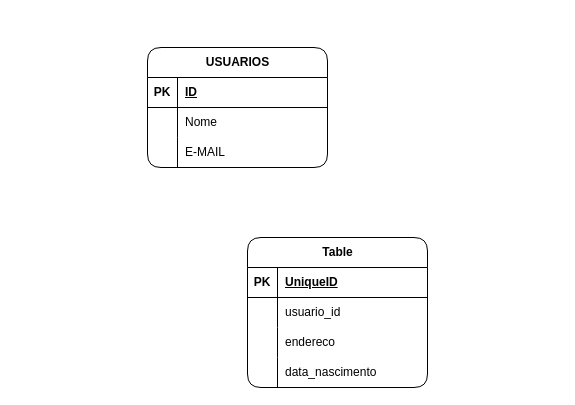
Before: page "Página-2" (2 of 2) of Modelagens 01.drawio in FeliCaldas/BDASOS, a draw.io diagram. Source tidied: cells renumbered, new cells numbered last; positions are measured from the earlier drawing's top-left corner, leaving out a move shared by most shapes. Both pictures are drawn from the tidied source at 100%, with x=0, y=0 at pixel (147, 47).
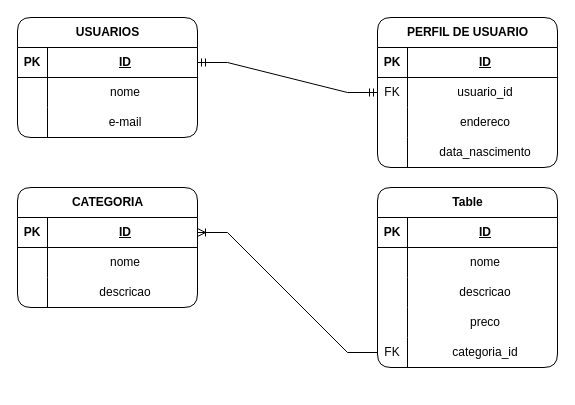
The same diagram, later.

Unchanged cells that the change refers to:
```xml
<mxCell id="3" style="shape=tableRow;horizontal=0;startSize=0;swimlaneHead=0;swimlaneBody=0;fillColor=none;points=[[0,0.5],[1,0.5]];portConstraint=eastwest;top=0;left=0;right=0;bottom=1;rounded=1;" parent="2" vertex="1">
  <mxGeometry y="30" width="180" height="30" as="geometry" />
</mxCell>
<mxCell id="6" style="shape=tableRow;horizontal=0;startSize=0;swimlaneHead=0;swimlaneBody=0;fillColor=none;top=0;left=0;right=0;bottom=0;rounded=1;" parent="2" vertex="1">
  <mxGeometry y="60" width="180" height="30" as="geometry" />
</mxCell>
<mxCell id="9" style="shape=tableRow;horizontal=0;startSize=0;swimlaneHead=0;swimlaneBody=0;fillColor=none;top=0;left=0;right=0;bottom=0;rounded=1;" parent="2" vertex="1">
  <mxGeometry y="90" width="180" height="30" as="geometry" />
</mxCell>
<mxCell id="13" style="shape=tableRow;horizontal=0;startSize=0;swimlaneHead=0;swimlaneBody=0;fillColor=none;top=0;left=0;right=0;bottom=1;rounded=1;" parent="12" vertex="1">
  <mxGeometry y="30" width="180" height="30" as="geometry" />
</mxCell>
<mxCell id="16" style="shape=tableRow;horizontal=0;startSize=0;swimlaneHead=0;swimlaneBody=0;fillColor=none;points=[[0,0.5],[1,0.5]];portConstraint=eastwest;top=0;left=0;right=0;bottom=0;rounded=1;" parent="12" vertex="1">
  <mxGeometry y="60" width="180" height="30" as="geometry" />
</mxCell>
<mxCell id="19" style="shape=tableRow;horizontal=0;startSize=0;swimlaneHead=0;swimlaneBody=0;fillColor=none;top=0;left=0;right=0;bottom=0;rounded=1;" parent="12" vertex="1">
  <mxGeometry y="90" width="180" height="30" as="geometry" />
</mxCell>
<mxCell id="22" style="shape=tableRow;horizontal=0;startSize=0;swimlaneHead=0;swimlaneBody=0;fillColor=none;top=0;left=0;right=0;bottom=0;rounded=1;" parent="12" vertex="1">
  <mxGeometry y="120" width="180" height="30" as="geometry" />
</mxCell>
```

The edit, as a diff of the source:
```diff
@@
     <mxCell id="2" value="USUARIOS" style="shape=table;startSize=30;childLayout=tableLayout;rowLines=0;fontStyle=1;align=center;html=1;rounded=1;" parent="1" vertex="1">
-      <mxGeometry width="180" height="120" as="geometry" />
+      <mxGeometry x="-130" y="-30" width="180" height="120" as="geometry" />
     </mxCell>
@@
-    <mxCell id="5" value="ID" style="shape=partialRectangle;fillColor=none;top=0;left=0;bottom=0;right=0;align=left;spacingLeft=6;fontStyle=5;overflow=hidden;whiteSpace=wrap;html=1;rounded=1;" parent="3" vertex="1">
+    <mxCell id="5" value="ID" style="shape=partialRectangle;fillColor=none;top=0;left=0;bottom=0;right=0;align=center;spacingLeft=6;fontStyle=5;overflow=hidden;whiteSpace=wrap;html=1;rounded=1;" parent="3" vertex="1">
       <mxGeometry x="30" width="150" height="30" as="geometry" />
     </mxCell>
@@
-    <mxCell id="8" value="Nome" style="shape=partialRectangle;fillColor=none;top=0;left=0;bottom=0;right=0;align=left;spacingLeft=6;overflow=hidden;whiteSpace=wrap;html=1;rounded=1;" parent="6" vertex="1">
+    <mxCell id="8" value="nome" style="shape=partialRectangle;fillColor=none;top=0;left=0;bottom=0;right=0;align=center;spacingLeft=6;overflow=hidden;whiteSpace=wrap;html=1;rounded=1;" parent="6" vertex="1">
       <mxGeometry x="30" width="150" height="30" as="geometry" />
     </mxCell>
@@
-    <mxCell id="11" value="E-MAIL" style="shape=partialRectangle;fillColor=none;top=0;left=0;bottom=0;right=0;align=left;spacingLeft=6;overflow=hidden;whiteSpace=wrap;html=1;rounded=1;" parent="9" vertex="1">
+    <mxCell id="11" value="e-mail" style="shape=partialRectangle;fillColor=none;top=0;left=0;bottom=0;right=0;align=center;spacingLeft=6;overflow=hidden;whiteSpace=wrap;html=1;rounded=1;" parent="9" vertex="1">
       <mxGeometry x="30" width="150" height="30" as="geometry" />
     </mxCell>
-    <mxCell id="12" value="Table" style="shape=table;startSize=30;childLayout=tableLayout;rowLines=0;fontStyle=1;align=center;html=1;rounded=1;" parent="1" vertex="1">
-      <mxGeometry x="100" y="190" width="180" height="150" as="geometry" />
+    <mxCell id="12" value="PERFIL DE USUARIO" style="shape=table;startSize=30;childLayout=tableLayout;rowLines=0;fontStyle=1;align=center;html=1;rounded=1;" parent="1" vertex="1">
+      <mxGeometry x="230" y="-30" width="180" height="150" as="geometry" />
     </mxCell>
@@
-    <mxCell id="15" value="UniqueID" style="shape=partialRectangle;fillColor=none;top=0;left=0;bottom=0;right=0;align=left;spacingLeft=6;fontStyle=5;overflow=hidden;whiteSpace=wrap;html=1;rounded=1;" parent="13" vertex="1">
+    <mxCell id="15" value="ID" style="shape=partialRectangle;fillColor=none;top=0;left=0;bottom=0;right=0;align=center;spacingLeft=6;fontStyle=5;overflow=hidden;whiteSpace=wrap;html=1;rounded=1;" parent="13" vertex="1">
       <mxGeometry x="30" width="150" height="30" as="geometry" />
     </mxCell>
@@
-    <mxCell id="17" style="shape=partialRectangle;fillColor=none;top=0;left=0;bottom=0;right=0;overflow=hidden;whiteSpace=wrap;html=1;rounded=1;" parent="16" vertex="1">
+    <mxCell id="17" value="FK" style="shape=partialRectangle;fillColor=none;top=0;left=0;bottom=0;right=0;overflow=hidden;whiteSpace=wrap;html=1;rounded=1;" parent="16" vertex="1">
       <mxGeometry width="30" height="30" as="geometry" />
     </mxCell>
-    <mxCell id="18" value="usuario_id" style="shape=partialRectangle;fillColor=none;top=0;left=0;bottom=0;right=0;align=left;spacingLeft=6;overflow=hidden;whiteSpace=wrap;html=1;rounded=1;" parent="16" vertex="1">
+    <mxCell id="18" value="usuario_id" style="shape=partialRectangle;fillColor=none;top=0;left=0;bottom=0;right=0;align=center;spacingLeft=6;overflow=hidden;whiteSpace=wrap;html=1;rounded=1;" parent="16" vertex="1">
       <mxGeometry x="30" width="150" height="30" as="geometry" />
     </mxCell>
@@
-    <mxCell id="21" value="endereco" style="shape=partialRectangle;fillColor=none;top=0;left=0;bottom=0;right=0;align=left;spacingLeft=6;overflow=hidden;whiteSpace=wrap;html=1;rounded=1;" parent="19" vertex="1">
+    <mxCell id="21" value="endereco" style="shape=partialRectangle;fillColor=none;top=0;left=0;bottom=0;right=0;align=center;spacingLeft=6;overflow=hidden;whiteSpace=wrap;html=1;rounded=1;" parent="19" vertex="1">
       <mxGeometry x="30" width="150" height="30" as="geometry" />
     </mxCell>
@@
-    <mxCell id="24" value="data_nascimento" style="shape=partialRectangle;fillColor=none;top=0;left=0;bottom=0;right=0;align=left;spacingLeft=6;overflow=hidden;whiteSpace=wrap;html=1;rounded=1;" parent="22" vertex="1">
+    <mxCell id="24" value="data_nascimento" style="shape=partialRectangle;fillColor=none;top=0;left=0;bottom=0;right=0;align=center;spacingLeft=6;overflow=hidden;whiteSpace=wrap;html=1;rounded=1;" parent="22" vertex="1">
       <mxGeometry x="30" width="150" height="30" as="geometry" />
     </mxCell>
+    <mxCell id="25" style="edgeStyle=entityRelationEdgeStyle;fontSize=12;html=1;endArrow=ERmandOne;startArrow=ERmandOne;rounded=0;exitX=1;exitY=0.5;exitDx=0;exitDy=0;entryX=0;entryY=0.5;entryDx=0;entryDy=0;" parent="1" edge="1" source="3" target="16">
+      <mxGeometry relative="1" as="geometry" />
+    </mxCell>
+    <mxCell id="26" value="CATEGORIA" style="shape=table;startSize=30;childLayout=tableLayout;rowLines=0;fontStyle=1;align=center;html=1;rounded=1;" parent="1" vertex="1">
+      <mxGeometry x="-130" y="140" width="180" height="120" as="geometry" />
+    </mxCell>
+    <mxCell id="27" style="shape=tableRow;horizontal=0;startSize=0;swimlaneHead=0;swimlaneBody=0;fillColor=none;points=[[0,0.5],[1,0.5]];portConstraint=eastwest;top=0;left=0;right=0;bottom=1;" parent="26" vertex="1">
+      <mxGeometry y="30" width="180" height="30" as="geometry" />
+    </mxCell>
+    <mxCell id="28" value="PK" style="shape=partialRectangle;fillColor=none;top=0;left=0;bottom=0;right=0;fontStyle=1;overflow=hidden;whiteSpace=wrap;html=1;" parent="27" vertex="1">
+      <mxGeometry width="30" height="30" as="geometry" />
+    </mxCell>
+    <mxCell id="29" value="ID" style="shape=partialRectangle;fillColor=none;top=0;left=0;bottom=0;right=0;align=center;spacingLeft=6;fontStyle=5;overflow=hidden;whiteSpace=wrap;html=1;" parent="27" vertex="1">
+      <mxGeometry x="30" width="150" height="30" as="geometry" />
+    </mxCell>
+    <mxCell id="30" style="shape=tableRow;horizontal=0;startSize=0;swimlaneHead=0;swimlaneBody=0;fillColor=none;top=0;left=0;right=0;bottom=0;align=center;" parent="26" vertex="1">
+      <mxGeometry y="60" width="180" height="30" as="geometry" />
+    </mxCell>
+    <mxCell id="31" style="shape=partialRectangle;fillColor=none;top=0;left=0;bottom=0;right=0;overflow=hidden;whiteSpace=wrap;html=1;" parent="30" vertex="1">
+      <mxGeometry width="30" height="30" as="geometry" />
+    </mxCell>
+    <mxCell id="32" value="nome" style="shape=partialRectangle;fillColor=none;top=0;left=0;bottom=0;right=0;align=center;spacingLeft=6;overflow=hidden;whiteSpace=wrap;html=1;" parent="30" vertex="1">
+      <mxGeometry x="30" width="150" height="30" as="geometry" />
+    </mxCell>
+    <mxCell id="33" style="shape=tableRow;horizontal=0;startSize=0;swimlaneHead=0;swimlaneBody=0;fillColor=none;top=0;left=0;right=0;bottom=0;" parent="26" vertex="1">
+      <mxGeometry y="90" width="180" height="30" as="geometry" />
+    </mxCell>
+    <mxCell id="34" style="shape=partialRectangle;fillColor=none;top=0;left=0;bottom=0;right=0;overflow=hidden;whiteSpace=wrap;html=1;" parent="33" vertex="1">
+      <mxGeometry width="30" height="30" as="geometry" />
+    </mxCell>
+    <mxCell id="35" value="descricao" style="shape=partialRectangle;fillColor=none;top=0;left=0;bottom=0;right=0;align=center;spacingLeft=6;overflow=hidden;whiteSpace=wrap;html=1;" parent="33" vertex="1">
+      <mxGeometry x="30" width="150" height="30" as="geometry" />
+    </mxCell>
+    <mxCell id="36" value="Table" style="shape=table;startSize=30;childLayout=tableLayout;rowLines=0;fontStyle=1;align=center;html=1;rounded=1;" parent="1" vertex="1">
+      <mxGeometry x="230" y="140" width="180" height="180" as="geometry" />
+    </mxCell>
+    <mxCell id="37" style="shape=tableRow;horizontal=0;startSize=0;swimlaneHead=0;swimlaneBody=0;fillColor=none;top=0;left=0;right=0;bottom=1;" parent="36" vertex="1">
+      <mxGeometry y="30" width="180" height="30" as="geometry" />
+    </mxCell>
+    <mxCell id="38" value="PK" style="shape=partialRectangle;fillColor=none;top=0;left=0;bottom=0;right=0;fontStyle=1;overflow=hidden;whiteSpace=wrap;html=1;" parent="37" vertex="1">
+      <mxGeometry width="30" height="30" as="geometry" />
+    </mxCell>
+    <mxCell id="39" value="ID" style="shape=partialRectangle;fillColor=none;top=0;left=0;bottom=0;right=0;align=center;spacingLeft=6;fontStyle=5;overflow=hidden;whiteSpace=wrap;html=1;" parent="37" vertex="1">
+      <mxGeometry x="30" width="150" height="30" as="geometry" />
+    </mxCell>
+    <mxCell id="40" style="shape=tableRow;horizontal=0;startSize=0;swimlaneHead=0;swimlaneBody=0;fillColor=none;top=0;left=0;right=0;bottom=0;" parent="36" vertex="1">
+      <mxGeometry y="60" width="180" height="30" as="geometry" />
+    </mxCell>
+    <mxCell id="41" style="shape=partialRectangle;fillColor=none;top=0;left=0;bottom=0;right=0;overflow=hidden;whiteSpace=wrap;html=1;" parent="40" vertex="1">
+      <mxGeometry width="30" height="30" as="geometry" />
+    </mxCell>
+    <mxCell id="42" value="nome" style="shape=partialRectangle;fillColor=none;top=0;left=0;bottom=0;right=0;align=center;spacingLeft=6;overflow=hidden;whiteSpace=wrap;html=1;" parent="40" vertex="1">
+      <mxGeometry x="30" width="150" height="30" as="geometry" />
+    </mxCell>
+    <mxCell id="43" style="shape=tableRow;horizontal=0;startSize=0;swimlaneHead=0;swimlaneBody=0;fillColor=none;top=0;left=0;right=0;bottom=0;" parent="36" vertex="1">
+      <mxGeometry y="90" width="180" height="30" as="geometry" />
+    </mxCell>
+    <mxCell id="44" style="shape=partialRectangle;fillColor=none;top=0;left=0;bottom=0;right=0;overflow=hidden;whiteSpace=wrap;html=1;" parent="43" vertex="1">
+      <mxGeometry width="30" height="30" as="geometry" />
+    </mxCell>
+    <mxCell id="45" value="descricao" style="shape=partialRectangle;fillColor=none;top=0;left=0;bottom=0;right=0;align=center;spacingLeft=6;overflow=hidden;whiteSpace=wrap;html=1;" parent="43" vertex="1">
+      <mxGeometry x="30" width="150" height="30" as="geometry" />
+    </mxCell>
+    <mxCell id="46" style="shape=tableRow;horizontal=0;startSize=0;swimlaneHead=0;swimlaneBody=0;fillColor=none;top=0;left=0;right=0;bottom=0;" parent="36" vertex="1">
+      <mxGeometry y="120" width="180" height="30" as="geometry" />
+    </mxCell>
+    <mxCell id="47" style="shape=partialRectangle;fillColor=none;top=0;left=0;bottom=0;right=0;overflow=hidden;whiteSpace=wrap;html=1;" parent="46" vertex="1">
+      <mxGeometry width="30" height="30" as="geometry" />
+    </mxCell>
+    <mxCell id="48" value="preco" style="shape=partialRectangle;fillColor=none;top=0;left=0;bottom=0;right=0;align=center;spacingLeft=6;overflow=hidden;whiteSpace=wrap;html=1;" parent="46" vertex="1">
+      <mxGeometry x="30" width="150" height="30" as="geometry" />
+    </mxCell>
+    <mxCell id="49" style="shape=tableRow;horizontal=0;startSize=0;swimlaneHead=0;swimlaneBody=0;fillColor=none;points=[[0,0.5],[1,0.5]];portConstraint=eastwest;top=0;left=0;right=0;bottom=0;" parent="36" vertex="1">
+      <mxGeometry y="150" width="180" height="30" as="geometry" />
+    </mxCell>
+    <mxCell id="50" value="FK" style="shape=partialRectangle;fillColor=none;top=0;left=0;bottom=0;right=0;overflow=hidden;whiteSpace=wrap;html=1;" parent="49" vertex="1">
+      <mxGeometry width="30" height="30" as="geometry" />
+    </mxCell>
+    <mxCell id="51" value="categoria_id" style="shape=partialRectangle;fillColor=none;top=0;left=0;bottom=0;right=0;align=center;spacingLeft=6;overflow=hidden;whiteSpace=wrap;html=1;" parent="49" vertex="1">
+      <mxGeometry x="30" width="150" height="30" as="geometry" />
+    </mxCell>
+    <mxCell id="52" style="edgeStyle=entityRelationEdgeStyle;fontSize=12;html=1;endArrow=ERoneToMany;rounded=0;exitX=0;exitY=0.5;exitDx=0;exitDy=0;entryX=1;entryY=0.5;entryDx=0;entryDy=0;" parent="1" edge="1" source="49" target="27">
+      <mxGeometry relative="1" as="geometry" />
+    </mxCell>
```
